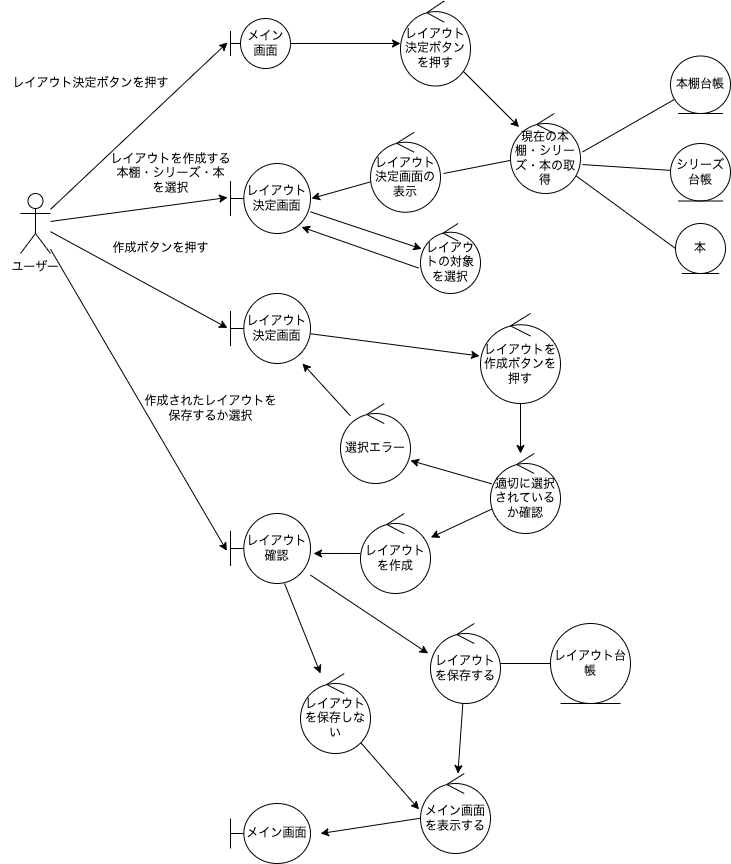
Above: RakuLack/domain/layout.png in shodakobe13/RIZAP (draw.io), before the change. Source tidied: cells renumbered, new cells last; positions are measured from the earlier drawing's top-left corner, leaving out a move shared by most shapes. The source it was exported from:
```xml
<mxGraphModel>
  <root>
    <mxCell id="0" />
    <mxCell id="1" parent="0" />
    <mxCell id="2" style="edgeStyle=none;html=1;entryX=-0.05;entryY=0.48;entryDx=0;entryDy=0;entryPerimeter=0;endArrow=classic;endFill=1;" parent="1" edge="1" source="6" target="8">
      <mxGeometry relative="1" as="geometry" />
    </mxCell>
    <mxCell id="3" style="edgeStyle=none;html=1;entryX=-0.037;entryY=0.486;entryDx=0;entryDy=0;entryPerimeter=0;endArrow=classic;endFill=1;" parent="1" edge="1" source="6" target="22">
      <mxGeometry relative="1" as="geometry" />
    </mxCell>
    <mxCell id="4" style="edgeStyle=none;html=1;entryX=-0.037;entryY=0.493;entryDx=0;entryDy=0;entryPerimeter=0;endArrow=classic;endFill=1;" parent="1" edge="1" source="6" target="28">
      <mxGeometry relative="1" as="geometry" />
    </mxCell>
    <mxCell id="5" style="edgeStyle=none;html=1;entryX=-0.046;entryY=0.533;entryDx=0;entryDy=0;entryPerimeter=0;endArrow=classic;endFill=1;" parent="1" edge="1" source="6" target="41">
      <mxGeometry relative="1" as="geometry" />
    </mxCell>
    <mxCell id="6" value="ユーザー" style="shape=umlActor;verticalLabelPosition=bottom;verticalAlign=top;html=1;" parent="1" vertex="1">
      <mxGeometry x="20" y="192" width="30" height="60" as="geometry" />
    </mxCell>
    <mxCell id="7" style="edgeStyle=none;html=1;" parent="1" edge="1" source="8" target="10">
      <mxGeometry relative="1" as="geometry" />
    </mxCell>
    <mxCell id="8" value="メイン&lt;br&gt;画面" style="shape=umlBoundary;whiteSpace=wrap;html=1;" parent="1" vertex="1">
      <mxGeometry x="230" y="17" width="60" height="50" as="geometry" />
    </mxCell>
    <mxCell id="9" style="edgeStyle=none;html=1;" parent="1" edge="1" source="10" target="13">
      <mxGeometry relative="1" as="geometry" />
    </mxCell>
    <mxCell id="10" value="レイアウト決定ボタンを押す" style="ellipse;shape=umlControl;whiteSpace=wrap;html=1;" parent="1" vertex="1">
      <mxGeometry x="400" y="-0.5" width="70" height="85" as="geometry" />
    </mxCell>
    <mxCell id="11" style="edgeStyle=none;html=1;entryX=0;entryY=0.5;entryDx=0;entryDy=0;endArrow=none;endFill=0;" parent="1" edge="1" source="13" target="18">
      <mxGeometry relative="1" as="geometry" />
    </mxCell>
    <mxCell id="12" style="edgeStyle=none;html=1;entryX=1.043;entryY=0.516;entryDx=0;entryDy=0;entryPerimeter=0;endArrow=none;endFill=0;" parent="1" edge="1" source="13" target="20">
      <mxGeometry relative="1" as="geometry" />
    </mxCell>
    <mxCell id="13" value="現在の本棚・シリーズ・本の取得" style="ellipse;shape=umlControl;whiteSpace=wrap;html=1;" parent="1" vertex="1">
      <mxGeometry x="510" y="112" width="70" height="80" as="geometry" />
    </mxCell>
    <mxCell id="14" style="edgeStyle=none;html=1;entryX=1.029;entryY=0.481;entryDx=0;entryDy=0;entryPerimeter=0;endArrow=none;endFill=0;" parent="1" edge="1" source="15" target="13">
      <mxGeometry relative="1" as="geometry" />
    </mxCell>
    <mxCell id="15" value="本棚台帳" style="ellipse;shape=umlEntity;whiteSpace=wrap;html=1;" parent="1" vertex="1">
      <mxGeometry x="670" y="54.5" width="60" height="57.5" as="geometry" />
    </mxCell>
    <mxCell id="16" style="edgeStyle=none;html=1;entryX=1.029;entryY=0.638;entryDx=0;entryDy=0;entryPerimeter=0;endArrow=none;endFill=0;" parent="1" edge="1" source="17" target="13">
      <mxGeometry relative="1" as="geometry" />
    </mxCell>
    <mxCell id="17" value="シリーズ台帳" style="ellipse;shape=umlEntity;whiteSpace=wrap;html=1;" parent="1" vertex="1">
      <mxGeometry x="670" y="142" width="60" height="57.5" as="geometry" />
    </mxCell>
    <mxCell id="18" value="本" style="ellipse;shape=umlEntity;whiteSpace=wrap;html=1;" parent="1" vertex="1">
      <mxGeometry x="675" y="222" width="50" height="50" as="geometry" />
    </mxCell>
    <mxCell id="19" style="edgeStyle=none;html=1;entryX=1.013;entryY=0.5;entryDx=0;entryDy=0;entryPerimeter=0;endArrow=classic;endFill=1;" parent="1" edge="1" source="20" target="22">
      <mxGeometry relative="1" as="geometry" />
    </mxCell>
    <mxCell id="20" value="レイアウト決定画面の表示" style="ellipse;shape=umlControl;whiteSpace=wrap;html=1;" parent="1" vertex="1">
      <mxGeometry x="370" y="130.8" width="70" height="80" as="geometry" />
    </mxCell>
    <mxCell id="21" style="edgeStyle=none;html=1;endArrow=classic;endFill=1;" parent="1" edge="1" source="22" target="26">
      <mxGeometry relative="1" as="geometry" />
    </mxCell>
    <mxCell id="22" value="レイアウト決定画面" style="shape=umlBoundary;whiteSpace=wrap;html=1;" parent="1" vertex="1">
      <mxGeometry x="230" y="162" width="80" height="70" as="geometry" />
    </mxCell>
    <mxCell id="23" value="レイアウト決定ボタンを押す" style="text;html=1;align=center;verticalAlign=middle;strokeColor=none;fillColor=none;" parent="1" vertex="1">
      <mxGeometry y="67" width="180" height="30" as="geometry" />
    </mxCell>
    <mxCell id="24" value="レイアウトを作成する&lt;br&gt;本棚・シリーズ・本&lt;br&gt;を選択" style="text;html=1;align=center;verticalAlign=middle;strokeColor=none;fillColor=none;" parent="1" vertex="1">
      <mxGeometry x="100" y="142" width="140" height="60" as="geometry" />
    </mxCell>
    <mxCell id="25" style="edgeStyle=none;html=1;entryX=0.888;entryY=0.907;entryDx=0;entryDy=0;entryPerimeter=0;endArrow=classic;endFill=1;exitX=-0.033;exitY=0.636;exitDx=0;exitDy=0;exitPerimeter=0;" parent="1" edge="1" source="26" target="22">
      <mxGeometry relative="1" as="geometry" />
    </mxCell>
    <mxCell id="26" value="レイアウトの対象を選択" style="ellipse;shape=umlControl;whiteSpace=wrap;html=1;" parent="1" vertex="1">
      <mxGeometry x="420" y="222" width="60" height="70" as="geometry" />
    </mxCell>
    <mxCell id="27" style="edgeStyle=none;html=1;entryX=-0.012;entryY=0.472;entryDx=0;entryDy=0;entryPerimeter=0;endArrow=classic;endFill=1;" parent="1" edge="1" source="28" target="31">
      <mxGeometry relative="1" as="geometry" />
    </mxCell>
    <mxCell id="28" value="レイアウト決定画面" style="shape=umlBoundary;whiteSpace=wrap;html=1;" parent="1" vertex="1">
      <mxGeometry x="230" y="292" width="80" height="70" as="geometry" />
    </mxCell>
    <mxCell id="29" value="作成ボタンを押す" style="text;html=1;align=center;verticalAlign=middle;strokeColor=none;fillColor=none;" parent="1" vertex="1">
      <mxGeometry x="100" y="232" width="120" height="30" as="geometry" />
    </mxCell>
    <mxCell id="30" style="edgeStyle=none;html=1;endArrow=classic;endFill=1;" parent="1" edge="1" source="31">
      <mxGeometry relative="1" as="geometry">
        <mxPoint x="520" y="452" as="targetPoint" />
      </mxGeometry>
    </mxCell>
    <mxCell id="31" value="レイアウトを作成ボタンを押す" style="ellipse;shape=umlControl;whiteSpace=wrap;html=1;" parent="1" vertex="1">
      <mxGeometry x="480" y="312" width="80" height="90" as="geometry" />
    </mxCell>
    <mxCell id="32" style="edgeStyle=none;html=1;entryX=1;entryY=0.713;entryDx=0;entryDy=0;entryPerimeter=0;endArrow=classic;endFill=1;" parent="1" edge="1" source="34" target="36">
      <mxGeometry relative="1" as="geometry" />
    </mxCell>
    <mxCell id="33" style="edgeStyle=none;html=1;entryX=1.005;entryY=0.3;entryDx=0;entryDy=0;entryPerimeter=0;endArrow=classic;endFill=1;" parent="1" edge="1" source="34" target="38">
      <mxGeometry relative="1" as="geometry" />
    </mxCell>
    <mxCell id="34" value="適切に選択されているか確認" style="ellipse;shape=umlControl;whiteSpace=wrap;html=1;" parent="1" vertex="1">
      <mxGeometry x="490" y="452" width="70" height="80" as="geometry" />
    </mxCell>
    <mxCell id="35" style="edgeStyle=none;html=1;endArrow=classic;endFill=1;" parent="1" edge="1" source="36" target="28">
      <mxGeometry relative="1" as="geometry" />
    </mxCell>
    <mxCell id="36" value="選択エラー" style="ellipse;shape=umlControl;whiteSpace=wrap;html=1;" parent="1" vertex="1">
      <mxGeometry x="340" y="402" width="70" height="80" as="geometry" />
    </mxCell>
    <mxCell id="37" style="edgeStyle=none;html=1;entryX=1.038;entryY=0.571;entryDx=0;entryDy=0;entryPerimeter=0;endArrow=classic;endFill=1;" parent="1" edge="1" source="38" target="41">
      <mxGeometry relative="1" as="geometry" />
    </mxCell>
    <mxCell id="38" value="レイアウトを作成" style="ellipse;shape=umlControl;whiteSpace=wrap;html=1;" parent="1" vertex="1">
      <mxGeometry x="360" y="512" width="70" height="80" as="geometry" />
    </mxCell>
    <mxCell id="39" style="edgeStyle=none;html=1;entryX=-0.033;entryY=0.375;entryDx=0;entryDy=0;entryPerimeter=0;endArrow=classic;endFill=1;" parent="1" edge="1" source="41" target="45">
      <mxGeometry relative="1" as="geometry" />
    </mxCell>
    <mxCell id="40" style="edgeStyle=none;html=1;endArrow=classic;endFill=1;" parent="1" edge="1" source="41">
      <mxGeometry relative="1" as="geometry">
        <mxPoint x="320" y="672" as="targetPoint" />
      </mxGeometry>
    </mxCell>
    <mxCell id="41" value="レイアウト確認" style="shape=umlBoundary;whiteSpace=wrap;html=1;" parent="1" vertex="1">
      <mxGeometry x="230" y="512" width="80" height="70" as="geometry" />
    </mxCell>
    <mxCell id="42" value="作成されたレイアウトを&lt;br&gt;保存するか選択" style="text;html=1;align=center;verticalAlign=middle;strokeColor=none;fillColor=none;rotation=0;" parent="1" vertex="1">
      <mxGeometry x="130" y="387" width="160" height="40" as="geometry" />
    </mxCell>
    <mxCell id="43" style="edgeStyle=none;html=1;entryX=0;entryY=0.5;entryDx=0;entryDy=0;endArrow=none;endFill=0;" parent="1" edge="1" source="45" target="48">
      <mxGeometry relative="1" as="geometry" />
    </mxCell>
    <mxCell id="44" style="edgeStyle=none;html=1;endArrow=classic;endFill=1;" parent="1" edge="1" source="45" target="50">
      <mxGeometry relative="1" as="geometry" />
    </mxCell>
    <mxCell id="45" value="レイアウトを保存する" style="ellipse;shape=umlControl;whiteSpace=wrap;html=1;" parent="1" vertex="1">
      <mxGeometry x="430" y="622" width="70" height="80" as="geometry" />
    </mxCell>
    <mxCell id="46" style="edgeStyle=none;html=1;entryX=-0.021;entryY=0.449;entryDx=0;entryDy=0;entryPerimeter=0;endArrow=classic;endFill=1;" parent="1" edge="1" source="47" target="50">
      <mxGeometry relative="1" as="geometry" />
    </mxCell>
    <mxCell id="47" value="レイアウトを保存しない" style="ellipse;shape=umlControl;whiteSpace=wrap;html=1;" parent="1" vertex="1">
      <mxGeometry x="300" y="672" width="70" height="80" as="geometry" />
    </mxCell>
    <mxCell id="48" value="レイアウト台帳" style="ellipse;shape=umlEntity;whiteSpace=wrap;html=1;" parent="1" vertex="1">
      <mxGeometry x="550" y="622" width="80" height="80" as="geometry" />
    </mxCell>
    <mxCell id="49" style="edgeStyle=none;html=1;endArrow=classic;endFill=1;" parent="1" edge="1" source="50">
      <mxGeometry relative="1" as="geometry">
        <mxPoint x="320" y="832" as="targetPoint" />
      </mxGeometry>
    </mxCell>
    <mxCell id="50" value="メイン画面を表示する" style="ellipse;shape=umlControl;whiteSpace=wrap;html=1;" parent="1" vertex="1">
      <mxGeometry x="420" y="772" width="70" height="80" as="geometry" />
    </mxCell>
    <mxCell id="51" value="メイン画面" style="shape=umlBoundary;whiteSpace=wrap;html=1;" parent="1" vertex="1">
      <mxGeometry x="230" y="802" width="80" height="60" as="geometry" />
    </mxCell>
  </root>
</mxGraphModel>
```
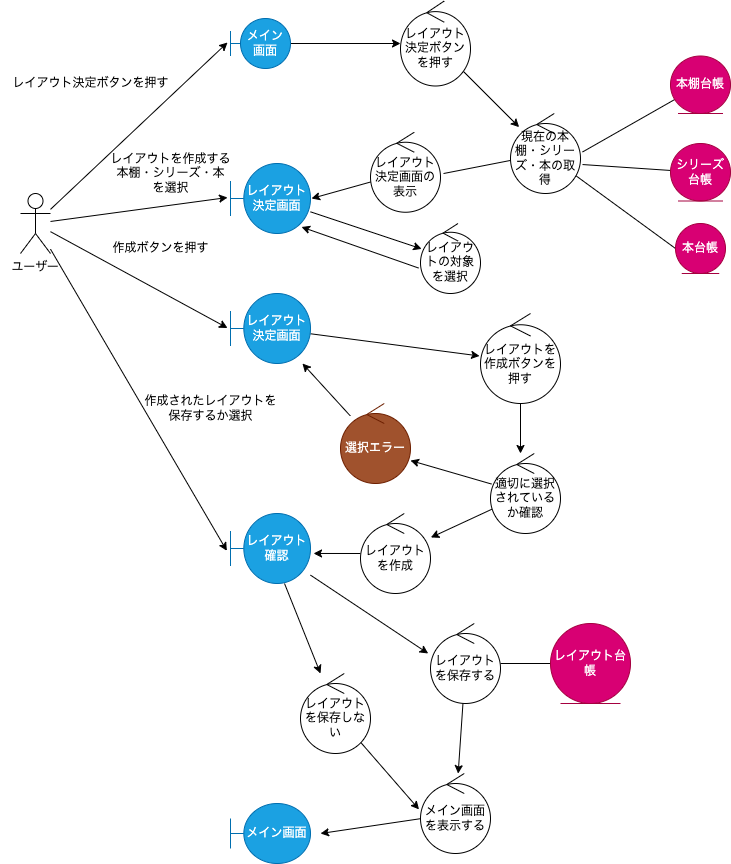
After the change.

Commit message:
レイアウト作成のロバストネス図・シーケンス図

What changed in the source:
```diff
@@ -20,7 +20,7 @@
     <mxCell id="7" style="edgeStyle=none;html=1;" parent="1" edge="1" source="8" target="10">
       <mxGeometry relative="1" as="geometry" />
     </mxCell>
-    <mxCell id="8" value="メイン&lt;br&gt;画面" style="shape=umlBoundary;whiteSpace=wrap;html=1;" parent="1" vertex="1">
+    <mxCell id="8" value="メイン&lt;br&gt;画面" style="shape=umlBoundary;whiteSpace=wrap;html=1;fillColor=#1ba1e2;fontColor=#ffffff;strokeColor=#006EAF;" parent="1" vertex="1">
       <mxGeometry x="230" y="17" width="60" height="50" as="geometry" />
     </mxCell>
     <mxCell id="9" style="edgeStyle=none;html=1;" parent="1" edge="1" source="10" target="13">
@@ -41,16 +41,16 @@
     <mxCell id="14" style="edgeStyle=none;html=1;entryX=1.029;entryY=0.481;entryDx=0;entryDy=0;entryPerimeter=0;endArrow=none;endFill=0;" parent="1" edge="1" source="15" target="13">
       <mxGeometry relative="1" as="geometry" />
     </mxCell>
-    <mxCell id="15" value="本棚台帳" style="ellipse;shape=umlEntity;whiteSpace=wrap;html=1;" parent="1" vertex="1">
+    <mxCell id="15" value="本棚台帳" style="ellipse;shape=umlEntity;whiteSpace=wrap;html=1;fillColor=#d80073;fontColor=#ffffff;strokeColor=#A50040;" parent="1" vertex="1">
       <mxGeometry x="670" y="54.5" width="60" height="57.5" as="geometry" />
     </mxCell>
     <mxCell id="16" style="edgeStyle=none;html=1;entryX=1.029;entryY=0.638;entryDx=0;entryDy=0;entryPerimeter=0;endArrow=none;endFill=0;" parent="1" edge="1" source="17" target="13">
       <mxGeometry relative="1" as="geometry" />
     </mxCell>
-    <mxCell id="17" value="シリーズ台帳" style="ellipse;shape=umlEntity;whiteSpace=wrap;html=1;" parent="1" vertex="1">
+    <mxCell id="17" value="シリーズ台帳" style="ellipse;shape=umlEntity;whiteSpace=wrap;html=1;fillColor=#d80073;fontColor=#ffffff;strokeColor=#A50040;" parent="1" vertex="1">
       <mxGeometry x="670" y="142" width="60" height="57.5" as="geometry" />
     </mxCell>
-    <mxCell id="18" value="本" style="ellipse;shape=umlEntity;whiteSpace=wrap;html=1;" parent="1" vertex="1">
+    <mxCell id="18" value="本台帳" style="ellipse;shape=umlEntity;whiteSpace=wrap;html=1;fillColor=#d80073;fontColor=#ffffff;strokeColor=#A50040;" parent="1" vertex="1">
       <mxGeometry x="675" y="222" width="50" height="50" as="geometry" />
     </mxCell>
     <mxCell id="19" style="edgeStyle=none;html=1;entryX=1.013;entryY=0.5;entryDx=0;entryDy=0;entryPerimeter=0;endArrow=classic;endFill=1;" parent="1" edge="1" source="20" target="22">
@@ -62,7 +62,7 @@
     <mxCell id="21" style="edgeStyle=none;html=1;endArrow=classic;endFill=1;" parent="1" edge="1" source="22" target="26">
       <mxGeometry relative="1" as="geometry" />
     </mxCell>
-    <mxCell id="22" value="レイアウト決定画面" style="shape=umlBoundary;whiteSpace=wrap;html=1;" parent="1" vertex="1">
+    <mxCell id="22" value="レイアウト決定画面" style="shape=umlBoundary;whiteSpace=wrap;html=1;fillColor=#1ba1e2;fontColor=#ffffff;strokeColor=#006EAF;" parent="1" vertex="1">
       <mxGeometry x="230" y="162" width="80" height="70" as="geometry" />
     </mxCell>
     <mxCell id="23" value="レイアウト決定ボタンを押す" style="text;html=1;align=center;verticalAlign=middle;strokeColor=none;fillColor=none;" parent="1" vertex="1">
@@ -80,7 +80,7 @@
     <mxCell id="27" style="edgeStyle=none;html=1;entryX=-0.012;entryY=0.472;entryDx=0;entryDy=0;entryPerimeter=0;endArrow=classic;endFill=1;" parent="1" edge="1" source="28" target="31">
       <mxGeometry relative="1" as="geometry" />
     </mxCell>
-    <mxCell id="28" value="レイアウト決定画面" style="shape=umlBoundary;whiteSpace=wrap;html=1;" parent="1" vertex="1">
+    <mxCell id="28" value="レイアウト決定画面" style="shape=umlBoundary;whiteSpace=wrap;html=1;fillColor=#1ba1e2;fontColor=#ffffff;strokeColor=#006EAF;" parent="1" vertex="1">
       <mxGeometry x="230" y="292" width="80" height="70" as="geometry" />
     </mxCell>
     <mxCell id="29" value="作成ボタンを押す" style="text;html=1;align=center;verticalAlign=middle;strokeColor=none;fillColor=none;" parent="1" vertex="1">
@@ -106,7 +106,7 @@
     <mxCell id="35" style="edgeStyle=none;html=1;endArrow=classic;endFill=1;" parent="1" edge="1" source="36" target="28">
       <mxGeometry relative="1" as="geometry" />
     </mxCell>
-    <mxCell id="36" value="選択エラー" style="ellipse;shape=umlControl;whiteSpace=wrap;html=1;" parent="1" vertex="1">
+    <mxCell id="36" value="選択エラー" style="ellipse;shape=umlControl;whiteSpace=wrap;html=1;fillColor=#a0522d;fontColor=#ffffff;strokeColor=#6D1F00;" parent="1" vertex="1">
       <mxGeometry x="340" y="402" width="70" height="80" as="geometry" />
     </mxCell>
     <mxCell id="37" style="edgeStyle=none;html=1;entryX=1.038;entryY=0.571;entryDx=0;entryDy=0;entryPerimeter=0;endArrow=classic;endFill=1;" parent="1" edge="1" source="38" target="41">
@@ -123,7 +123,7 @@
         <mxPoint x="320" y="672" as="targetPoint" />
       </mxGeometry>
     </mxCell>
-    <mxCell id="41" value="レイアウト確認" style="shape=umlBoundary;whiteSpace=wrap;html=1;" parent="1" vertex="1">
+    <mxCell id="41" value="レイアウト確認" style="shape=umlBoundary;whiteSpace=wrap;html=1;fillColor=#1ba1e2;fontColor=#ffffff;strokeColor=#006EAF;" parent="1" vertex="1">
       <mxGeometry x="230" y="512" width="80" height="70" as="geometry" />
     </mxCell>
     <mxCell id="42" value="作成されたレイアウトを&lt;br&gt;保存するか選択" style="text;html=1;align=center;verticalAlign=middle;strokeColor=none;fillColor=none;rotation=0;" parent="1" vertex="1">
@@ -144,7 +144,7 @@
     <mxCell id="47" value="レイアウトを保存しない" style="ellipse;shape=umlControl;whiteSpace=wrap;html=1;" parent="1" vertex="1">
       <mxGeometry x="300" y="672" width="70" height="80" as="geometry" />
     </mxCell>
-    <mxCell id="48" value="レイアウト台帳" style="ellipse;shape=umlEntity;whiteSpace=wrap;html=1;" parent="1" vertex="1">
+    <mxCell id="48" value="レイアウト台帳" style="ellipse;shape=umlEntity;whiteSpace=wrap;html=1;fillColor=#d80073;fontColor=#ffffff;strokeColor=#A50040;" parent="1" vertex="1">
       <mxGeometry x="550" y="622" width="80" height="80" as="geometry" />
     </mxCell>
     <mxCell id="49" style="edgeStyle=none;html=1;endArrow=classic;endFill=1;" parent="1" edge="1" source="50">
@@ -155,7 +155,7 @@
     <mxCell id="50" value="メイン画面を表示する" style="ellipse;shape=umlControl;whiteSpace=wrap;html=1;" parent="1" vertex="1">
       <mxGeometry x="420" y="772" width="70" height="80" as="geometry" />
     </mxCell>
-    <mxCell id="51" value="メイン画面" style="shape=umlBoundary;whiteSpace=wrap;html=1;" parent="1" vertex="1">
+    <mxCell id="51" value="メイン画面" style="shape=umlBoundary;whiteSpace=wrap;html=1;fillColor=#1ba1e2;fontColor=#ffffff;strokeColor=#006EAF;" parent="1" vertex="1">
       <mxGeometry x="230" y="802" width="80" height="60" as="geometry" />
     </mxCell>
   </root>
```
